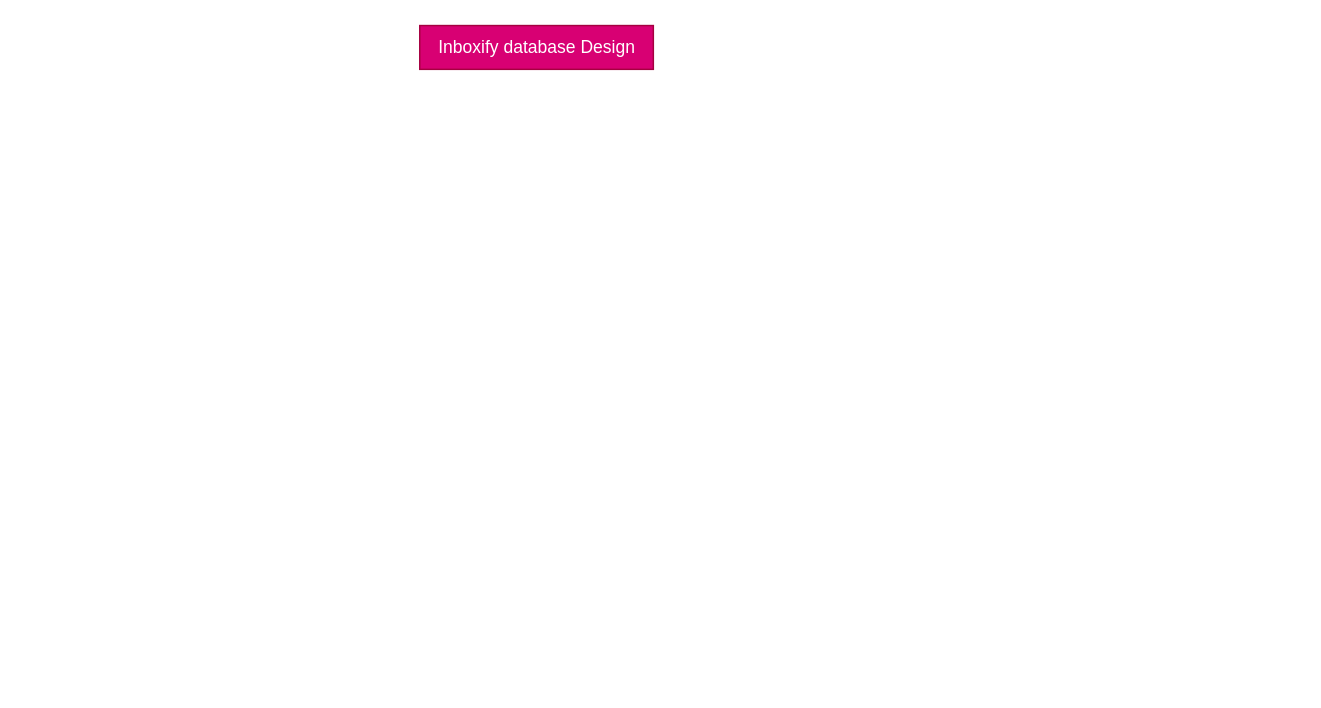
Earlier version of the draw.io diagram db.drawio (InboxifyApp/UML). Source tidied: cells renumbered, new cells numbered last; positions are measured from the earlier drawing's top-left corner, leaving out a move shared by most shapes. Both pictures are drawn from the tidied source at 146%, with x=0, y=0 at pixel (419, 25).
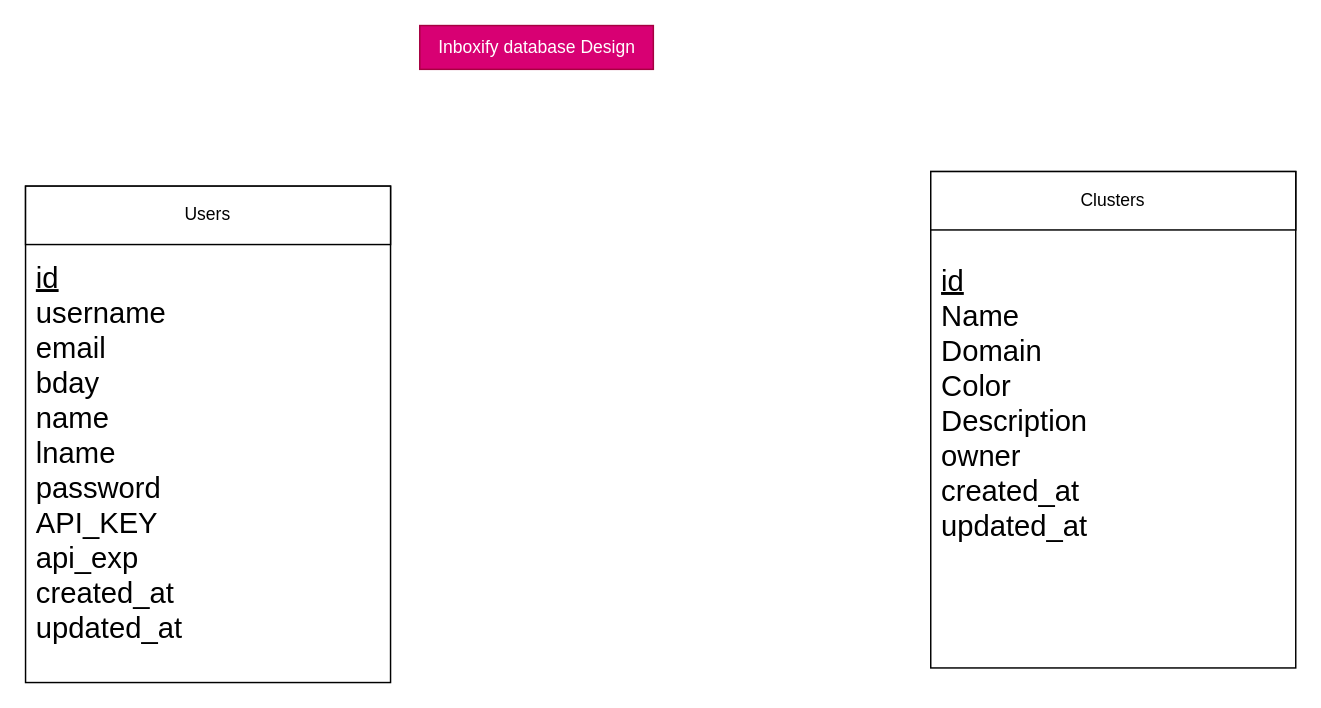
After the change.

Commit message:
prepared the cluster and the users entities

Change to the diagram source:
```diff
@@
 <mxGraphModel>
   <root>
     <mxCell id="0" />
     <mxCell id="1" parent="0" />
     <mxCell id="2" value="Inboxify database Design" style="text;html=1;align=center;verticalAlign=middle;strokeColor=#A50040;fillColor=#d80073;fontColor=#ffffff;" parent="1" vertex="1">
       <mxGeometry width="160" height="30" as="geometry" />
     </mxCell>
+    <mxCell id="3" value="&lt;font style=&quot;font-size: 20px;&quot;&gt;&lt;u&gt;&lt;br&gt;&lt;br&gt;&lt;/u&gt;&amp;nbsp;&lt;u&gt;id&lt;br&gt;&lt;/u&gt;&amp;nbsp;username&amp;nbsp;&lt;br&gt;&amp;nbsp;email&lt;br&gt;&amp;nbsp;bday&lt;br&gt;&lt;/font&gt;&lt;div style=&quot;font-size: 20px;&quot;&gt;&lt;font style=&quot;font-size: 20px;&quot;&gt;&amp;nbsp;name&lt;/font&gt;&lt;/div&gt;&lt;div style=&quot;font-size: 20px;&quot;&gt;&lt;font style=&quot;font-size: 20px;&quot;&gt;&amp;nbsp;lname&lt;/font&gt;&lt;/div&gt;&lt;div style=&quot;font-size: 20px;&quot;&gt;&amp;nbsp;password&lt;/div&gt;&lt;div style=&quot;font-size: 20px;&quot;&gt;&amp;nbsp;API_KEY&lt;/div&gt;&lt;div style=&quot;font-size: 20px;&quot;&gt;&amp;nbsp;api_exp&lt;/div&gt;&lt;div style=&quot;font-size: 20px;&quot;&gt;&amp;nbsp;created_at&lt;/div&gt;&lt;div style=&quot;font-size: 20px;&quot;&gt;&amp;nbsp;updated_at&lt;/div&gt;&lt;div style=&quot;font-size: 20px;&quot;&gt;&amp;nbsp;&lt;/div&gt;" style="rounded=0;whiteSpace=wrap;html=1;align=left;" parent="1" vertex="1">
+      <mxGeometry x="-270" y="110" width="250" height="340" as="geometry" />
+    </mxCell>
+    <mxCell id="4" value="Users" style="rounded=0;whiteSpace=wrap;html=1;" parent="1" vertex="1">
+      <mxGeometry x="-270" y="110" width="250" height="40" as="geometry" />
+    </mxCell>
+    <mxCell id="5" value="&lt;font style=&quot;font-size: 20px;&quot;&gt;&amp;nbsp;&lt;u&gt;id&lt;br&gt;&lt;/u&gt;&amp;nbsp;Name&amp;nbsp;&lt;br&gt;&amp;nbsp;Domain&lt;br&gt;&amp;nbsp;Color&lt;br&gt;&lt;/font&gt;&lt;div style=&quot;font-size: 20px;&quot;&gt;&lt;font style=&quot;font-size: 20px;&quot;&gt;&amp;nbsp;Description&lt;/font&gt;&lt;/div&gt;&lt;div style=&quot;font-size: 20px;&quot;&gt;&lt;font style=&quot;font-size: 20px;&quot;&gt;&amp;nbsp;owner&lt;/font&gt;&lt;/div&gt;&lt;div style=&quot;font-size: 20px;&quot;&gt;&amp;nbsp;created_at&lt;/div&gt;&lt;div style=&quot;font-size: 20px;&quot;&gt;&amp;nbsp;updated_at&lt;/div&gt;&lt;div style=&quot;font-size: 20px;&quot;&gt;&amp;nbsp;&lt;/div&gt;" style="rounded=0;whiteSpace=wrap;html=1;align=left;" parent="1" vertex="1">
+      <mxGeometry x="350" y="100" width="250" height="340" as="geometry" />
+    </mxCell>
+    <mxCell id="6" value="Clusters" style="rounded=0;whiteSpace=wrap;html=1;" parent="1" vertex="1">
+      <mxGeometry x="350" y="100" width="250" height="40" as="geometry" />
+    </mxCell>
   </root>
 </mxGraphModel>
```
